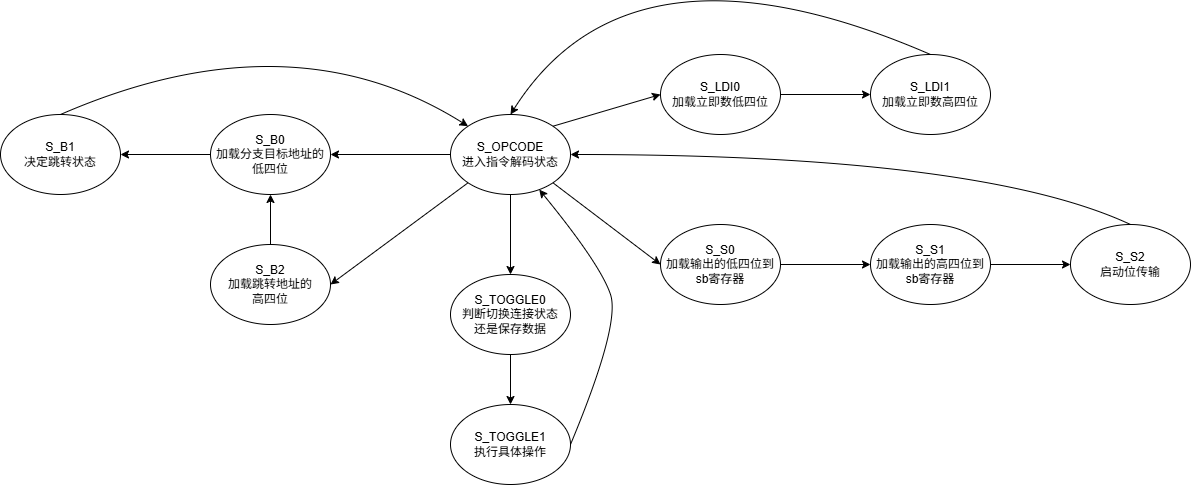
This is USB-HOST流程图.png from maple-m117/bysj_etc., a draw.io export, as it was before one commit. Source tidied: cells renumbered, new cells last; positions are measured from the earlier drawing's top-left corner, leaving out a move shared by most shapes. The source it was exported from:
```xml
<mxGraphModel>
  <root>
    <mxCell id="0" />
    <mxCell id="1" parent="0" />
    <mxCell id="2" style="edgeStyle=orthogonalEdgeStyle;rounded=0;jettySize=auto;html=1;exitX=0;exitY=0.5;exitDx=0;exitDy=0;entryX=1;entryY=0.5;entryDx=0;entryDy=0;" parent="1" edge="1" source="4" target="9">
      <mxGeometry relative="1" as="geometry" />
    </mxCell>
    <mxCell id="3" style="edgeStyle=orthogonalEdgeStyle;rounded=0;jettySize=auto;html=1;exitX=0.5;exitY=1;exitDx=0;exitDy=0;entryX=0.5;entryY=0;entryDx=0;entryDy=0;" parent="1" edge="1" source="4" target="19">
      <mxGeometry relative="1" as="geometry" />
    </mxCell>
    <mxCell id="4" value="S_OPCODE&lt;div&gt;进入指令解码状态&lt;/div&gt;" style="ellipse;whiteSpace=wrap;html=1;" parent="1" vertex="1">
      <mxGeometry x="450" y="190" width="120" height="80" as="geometry" />
    </mxCell>
    <mxCell id="5" value="S_LDI1&lt;div&gt;加载立即数高四位&lt;/div&gt;" style="ellipse;whiteSpace=wrap;html=1;" parent="1" vertex="1">
      <mxGeometry x="870" y="130" width="120" height="80" as="geometry" />
    </mxCell>
    <mxCell id="6" style="edgeStyle=orthogonalEdgeStyle;rounded=0;jettySize=auto;html=1;exitX=1;exitY=0.5;exitDx=0;exitDy=0;entryX=0;entryY=0.5;entryDx=0;entryDy=0;" parent="1" edge="1" source="7" target="5">
      <mxGeometry relative="1" as="geometry" />
    </mxCell>
    <mxCell id="7" value="S_LDI0&lt;div&gt;加载立即数低四位&lt;/div&gt;" style="ellipse;whiteSpace=wrap;html=1;" parent="1" vertex="1">
      <mxGeometry x="660" y="130" width="120" height="80" as="geometry" />
    </mxCell>
    <mxCell id="8" style="edgeStyle=orthogonalEdgeStyle;rounded=0;jettySize=auto;html=1;exitX=0;exitY=0.5;exitDx=0;exitDy=0;entryX=1;entryY=0.5;entryDx=0;entryDy=0;" parent="1" edge="1" source="9" target="10">
      <mxGeometry relative="1" as="geometry" />
    </mxCell>
    <mxCell id="9" value="S_B0&lt;div&gt;加载分支目标地址的低四位&lt;/div&gt;" style="ellipse;whiteSpace=wrap;html=1;" parent="1" vertex="1">
      <mxGeometry x="210" y="190" width="120" height="80" as="geometry" />
    </mxCell>
    <mxCell id="10" value="S_B1&lt;div&gt;决定跳转状态&lt;/div&gt;" style="ellipse;whiteSpace=wrap;html=1;" parent="1" vertex="1">
      <mxGeometry y="190" width="120" height="80" as="geometry" />
    </mxCell>
    <mxCell id="11" style="edgeStyle=orthogonalEdgeStyle;rounded=0;jettySize=auto;html=1;exitX=1;exitY=0.5;exitDx=0;exitDy=0;" parent="1" edge="1" source="12" target="14">
      <mxGeometry relative="1" as="geometry" />
    </mxCell>
    <mxCell id="12" value="S_S0&lt;div&gt;加载输出的低四位到sb寄存器&lt;/div&gt;" style="ellipse;whiteSpace=wrap;html=1;" parent="1" vertex="1">
      <mxGeometry x="660" y="300" width="120" height="80" as="geometry" />
    </mxCell>
    <mxCell id="13" style="edgeStyle=orthogonalEdgeStyle;rounded=0;jettySize=auto;html=1;exitX=1;exitY=0.5;exitDx=0;exitDy=0;" parent="1" edge="1" source="14" target="15">
      <mxGeometry relative="1" as="geometry" />
    </mxCell>
    <mxCell id="14" value="S_S1&lt;div&gt;加载输出的高四位到sb寄存器&lt;/div&gt;" style="ellipse;whiteSpace=wrap;html=1;" parent="1" vertex="1">
      <mxGeometry x="870" y="300" width="120" height="80" as="geometry" />
    </mxCell>
    <mxCell id="15" value="S_S2&lt;div&gt;启动位传输&lt;/div&gt;" style="ellipse;whiteSpace=wrap;html=1;" parent="1" vertex="1">
      <mxGeometry x="1070" y="300" width="120" height="80" as="geometry" />
    </mxCell>
    <mxCell id="16" style="edgeStyle=orthogonalEdgeStyle;rounded=0;jettySize=auto;html=1;exitX=0.5;exitY=0;exitDx=0;exitDy=0;entryX=0.5;entryY=1;entryDx=0;entryDy=0;" parent="1" edge="1" source="17" target="9">
      <mxGeometry relative="1" as="geometry" />
    </mxCell>
    <mxCell id="17" value="S_B2&lt;div&gt;加载跳转地址的&lt;/div&gt;&lt;div&gt;高四位&lt;/div&gt;" style="ellipse;whiteSpace=wrap;html=1;" parent="1" vertex="1">
      <mxGeometry x="210" y="320" width="120" height="80" as="geometry" />
    </mxCell>
    <mxCell id="18" style="edgeStyle=orthogonalEdgeStyle;rounded=0;jettySize=auto;html=1;exitX=0.5;exitY=1;exitDx=0;exitDy=0;entryX=0.5;entryY=0;entryDx=0;entryDy=0;" parent="1" edge="1" source="19" target="20">
      <mxGeometry relative="1" as="geometry" />
    </mxCell>
    <mxCell id="19" value="S_TOGGLE0&lt;div&gt;判断切换连接状态&lt;/div&gt;&lt;div&gt;还是保存数据&lt;/div&gt;" style="ellipse;whiteSpace=wrap;html=1;" parent="1" vertex="1">
      <mxGeometry x="450" y="350" width="120" height="80" as="geometry" />
    </mxCell>
    <mxCell id="20" value="S_TOGGLE1&lt;div&gt;执行具体操作&lt;/div&gt;" style="ellipse;whiteSpace=wrap;html=1;" parent="1" vertex="1">
      <mxGeometry x="450" y="480" width="120" height="80" as="geometry" />
    </mxCell>
    <mxCell id="21" style="endArrow=classic;html=1;rounded=0;entryX=1;entryY=0.5;entryDx=0;entryDy=0;exitX=0;exitY=1;exitDx=0;exitDy=0;" parent="1" edge="1" source="4" target="17">
      <mxGeometry relative="1" as="geometry" />
    </mxCell>
    <mxCell id="22" style="endArrow=classic;html=1;rounded=0;exitX=1;exitY=0;exitDx=0;exitDy=0;entryX=0;entryY=0.5;entryDx=0;entryDy=0;" parent="1" edge="1" source="4" target="7">
      <mxGeometry relative="1" as="geometry" />
    </mxCell>
    <mxCell id="23" style="endArrow=classic;html=1;rounded=0;exitX=1;exitY=1;exitDx=0;exitDy=0;entryX=0;entryY=0.5;entryDx=0;entryDy=0;" parent="1" edge="1" source="4" target="12">
      <mxGeometry relative="1" as="geometry" />
    </mxCell>
    <mxCell id="24" style="curved=1;endArrow=classic;html=1;rounded=0;exitX=0.5;exitY=0;exitDx=0;exitDy=0;entryX=0;entryY=0;entryDx=0;entryDy=0;" parent="1" edge="1" source="10" target="4">
      <mxGeometry relative="1" as="geometry">
        <Array as="points">
          <mxPoint x="290" y="90" />
        </Array>
      </mxGeometry>
    </mxCell>
    <mxCell id="25" style="curved=1;endArrow=classic;html=1;rounded=0;exitX=0.5;exitY=0;exitDx=0;exitDy=0;entryX=0.5;entryY=0;entryDx=0;entryDy=0;" parent="1" edge="1" source="5" target="4">
      <mxGeometry relative="1" as="geometry">
        <Array as="points">
          <mxPoint x="630" />
        </Array>
      </mxGeometry>
    </mxCell>
    <mxCell id="26" style="curved=1;endArrow=classic;html=1;rounded=0;exitX=0.5;exitY=0;exitDx=0;exitDy=0;entryX=1;entryY=0.5;entryDx=0;entryDy=0;" parent="1" edge="1" source="15" target="4">
      <mxGeometry relative="1" as="geometry">
        <Array as="points">
          <mxPoint x="980" y="230" />
        </Array>
      </mxGeometry>
    </mxCell>
    <mxCell id="27" style="curved=1;endArrow=classic;html=1;rounded=0;exitX=1;exitY=0.5;exitDx=0;exitDy=0;" parent="1" edge="1" source="20" target="4">
      <mxGeometry relative="1" as="geometry">
        <Array as="points">
          <mxPoint x="620" y="400" />
          <mxPoint x="600" y="340" />
        </Array>
      </mxGeometry>
    </mxCell>
  </root>
</mxGraphModel>
```
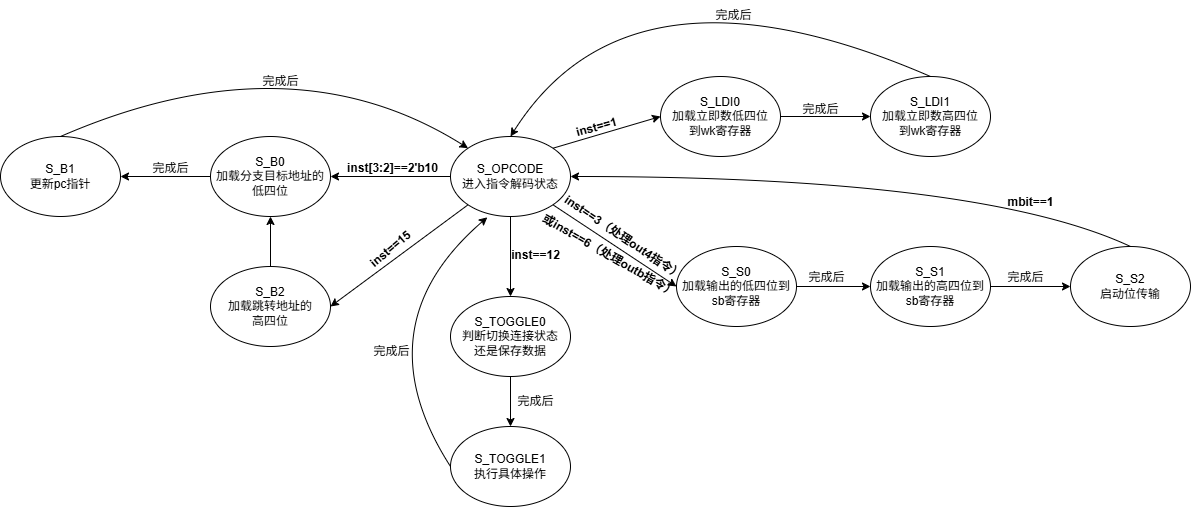
Above is the later version.

Commit message:
更新USB-HOST流程图.png

Change to the diagram source:
```diff
@@ -11,13 +11,13 @@
     <mxCell id="4" value="S_OPCODE&lt;div&gt;进入指令解码状态&lt;/div&gt;" style="ellipse;whiteSpace=wrap;html=1;" parent="1" vertex="1">
       <mxGeometry x="450" y="190" width="120" height="80" as="geometry" />
     </mxCell>
-    <mxCell id="5" value="S_LDI1&lt;div&gt;加载立即数高四位&lt;/div&gt;" style="ellipse;whiteSpace=wrap;html=1;" parent="1" vertex="1">
+    <mxCell id="5" value="S_LDI1&lt;div&gt;加载立即数高四位&lt;/div&gt;&lt;div&gt;到wk寄存器&lt;/div&gt;" style="ellipse;whiteSpace=wrap;html=1;" parent="1" vertex="1">
       <mxGeometry x="870" y="130" width="120" height="80" as="geometry" />
     </mxCell>
     <mxCell id="6" style="edgeStyle=orthogonalEdgeStyle;rounded=0;jettySize=auto;html=1;exitX=1;exitY=0.5;exitDx=0;exitDy=0;entryX=0;entryY=0.5;entryDx=0;entryDy=0;" parent="1" edge="1" source="7" target="5">
       <mxGeometry relative="1" as="geometry" />
     </mxCell>
-    <mxCell id="7" value="S_LDI0&lt;div&gt;加载立即数低四位&lt;/div&gt;" style="ellipse;whiteSpace=wrap;html=1;" parent="1" vertex="1">
+    <mxCell id="7" value="S_LDI0&lt;div&gt;加载立即数低四位&lt;/div&gt;&lt;div&gt;到wk寄存器&lt;/div&gt;" style="ellipse;whiteSpace=wrap;html=1;" parent="1" vertex="1">
       <mxGeometry x="660" y="130" width="120" height="80" as="geometry" />
     </mxCell>
     <mxCell id="8" style="edgeStyle=orthogonalEdgeStyle;rounded=0;jettySize=auto;html=1;exitX=0;exitY=0.5;exitDx=0;exitDy=0;entryX=1;entryY=0.5;entryDx=0;entryDy=0;" parent="1" edge="1" source="9" target="10">
@@ -26,14 +26,14 @@
     <mxCell id="9" value="S_B0&lt;div&gt;加载分支目标地址的低四位&lt;/div&gt;" style="ellipse;whiteSpace=wrap;html=1;" parent="1" vertex="1">
       <mxGeometry x="210" y="190" width="120" height="80" as="geometry" />
     </mxCell>
-    <mxCell id="10" value="S_B1&lt;div&gt;决定跳转状态&lt;/div&gt;" style="ellipse;whiteSpace=wrap;html=1;" parent="1" vertex="1">
+    <mxCell id="10" value="S_B1&lt;div&gt;更新pc指针&lt;/div&gt;" style="ellipse;whiteSpace=wrap;html=1;" parent="1" vertex="1">
       <mxGeometry y="190" width="120" height="80" as="geometry" />
     </mxCell>
     <mxCell id="11" style="edgeStyle=orthogonalEdgeStyle;rounded=0;jettySize=auto;html=1;exitX=1;exitY=0.5;exitDx=0;exitDy=0;" parent="1" edge="1" source="12" target="14">
       <mxGeometry relative="1" as="geometry" />
     </mxCell>
     <mxCell id="12" value="S_S0&lt;div&gt;加载输出的低四位到sb寄存器&lt;/div&gt;" style="ellipse;whiteSpace=wrap;html=1;" parent="1" vertex="1">
-      <mxGeometry x="660" y="300" width="120" height="80" as="geometry" />
+      <mxGeometry x="676" y="300" width="120" height="80" as="geometry" />
     </mxCell>
     <mxCell id="13" style="edgeStyle=orthogonalEdgeStyle;rounded=0;jettySize=auto;html=1;exitX=1;exitY=0.5;exitDx=0;exitDy=0;" parent="1" edge="1" source="14" target="15">
       <mxGeometry relative="1" as="geometry" />
@@ -89,13 +89,57 @@
         </Array>
       </mxGeometry>
     </mxCell>
+    <mxCell id="28" value="inst==1" style="text;html=1;align=center;verticalAlign=middle;strokeColor=none;fillColor=none;rotation=-15;fontStyle=1;" parent="1" vertex="1">
+      <mxGeometry x="566" y="166" width="60" height="30" as="geometry" />
+    </mxCell>
+    <mxCell id="29" value="inst==3（处理out4指令）" style="text;html=1;align=center;verticalAlign=middle;strokeColor=none;fillColor=none;rotation=34;fontStyle=1;" parent="1" vertex="1">
+      <mxGeometry x="543" y="276" width="160" height="30" as="geometry" />
+    </mxCell>
+    <mxCell id="30" value="或inst==6（处理outb指令）" style="text;html=1;align=center;verticalAlign=middle;strokeColor=none;fillColor=none;rotation=30;fontStyle=1;" parent="1" vertex="1">
+      <mxGeometry x="524" y="294" width="170" height="30" as="geometry" />
+    </mxCell>
+    <mxCell id="31" value="inst[3:2]==2'b10" style="text;html=1;align=center;verticalAlign=middle;strokeColor=none;fillColor=none;fontStyle=1;" parent="1" vertex="1">
+      <mxGeometry x="337" y="207" width="110" height="30" as="geometry" />
+    </mxCell>
+    <mxCell id="32" value="inst==15" style="text;html=1;align=center;verticalAlign=middle;strokeColor=none;fillColor=none;rotation=-40;fontStyle=1;" parent="1" vertex="1">
+      <mxGeometry x="355" y="288" width="70" height="30" as="geometry" />
+    </mxCell>
+    <mxCell id="33" value="inst==12" style="text;html=1;align=center;verticalAlign=middle;strokeColor=none;fillColor=none;fontStyle=1;" parent="1" vertex="1">
+      <mxGeometry x="500" y="294" width="70" height="30" as="geometry" />
+    </mxCell>
+    <mxCell id="34" value="完成后" style="text;html=1;align=center;verticalAlign=middle;strokeColor=none;fillColor=none;" parent="1" vertex="1">
+      <mxGeometry x="703" y="54" width="60" height="30" as="geometry" />
+    </mxCell>
+    <mxCell id="35" value="完成后" style="text;html=1;align=center;verticalAlign=middle;strokeColor=none;fillColor=none;" parent="1" vertex="1">
+      <mxGeometry x="790" y="148" width="60" height="30" as="geometry" />
+    </mxCell>
+    <mxCell id="36" value="完成后" style="text;html=1;align=center;verticalAlign=middle;strokeColor=none;fillColor=none;" parent="1" vertex="1">
+      <mxGeometry x="995" y="316" width="60" height="30" as="geometry" />
+    </mxCell>
+    <mxCell id="37" value="完成后" style="text;html=1;align=center;verticalAlign=middle;strokeColor=none;fillColor=none;fontStyle=0;" parent="1" vertex="1">
+      <mxGeometry x="796" y="316" width="60" height="30" as="geometry" />
+    </mxCell>
+    <mxCell id="38" value="完成后" style="text;html=1;align=center;verticalAlign=middle;strokeColor=none;fillColor=none;" parent="1" vertex="1">
+      <mxGeometry x="361" y="390" width="60" height="30" as="geometry" />
+    </mxCell>
+    <mxCell id="39" value="完成后" style="text;html=1;align=center;verticalAlign=middle;strokeColor=none;fillColor=none;" parent="1" vertex="1">
+      <mxGeometry x="250" y="120" width="60" height="30" as="geometry" />
+    </mxCell>
+    <mxCell id="40" value="完成后" style="text;html=1;align=center;verticalAlign=middle;strokeColor=none;fillColor=none;" parent="1" vertex="1">
+      <mxGeometry x="505" y="440" width="60" height="30" as="geometry" />
+    </mxCell>
+    <mxCell id="41" value="完成后" style="text;html=1;align=center;verticalAlign=middle;strokeColor=none;fillColor=none;" parent="1" vertex="1">
+      <mxGeometry x="140" y="207" width="60" height="30" as="geometry" />
+    </mxCell>
-    <mxCell id="27" style="curved=1;endArrow=classic;html=1;rounded=0;exitX=1;exitY=0.5;exitDx=0;exitDy=0;" parent="1" edge="1" source="20" target="4">
+    <mxCell id="27" style="curved=1;endArrow=classic;html=1;rounded=0;exitX=0;exitY=0.5;exitDx=0;exitDy=0;entryX=0.307;entryY=1.01;entryDx=0;entryDy=0;entryPerimeter=0;" parent="1" edge="1" source="20" target="4">
       <mxGeometry relative="1" as="geometry">
         <Array as="points">
-          <mxPoint x="620" y="400" />
-          <mxPoint x="600" y="340" />
+          <mxPoint x="360" y="380" />
         </Array>
       </mxGeometry>
     </mxCell>
+    <mxCell id="42" value="mbit==1" style="text;html=1;align=center;verticalAlign=middle;strokeColor=none;fillColor=none;fontStyle=1;" parent="1" vertex="1">
+      <mxGeometry x="995" y="241" width="70" height="30" as="geometry" />
+    </mxCell>
   </root>
 </mxGraphModel>
```
